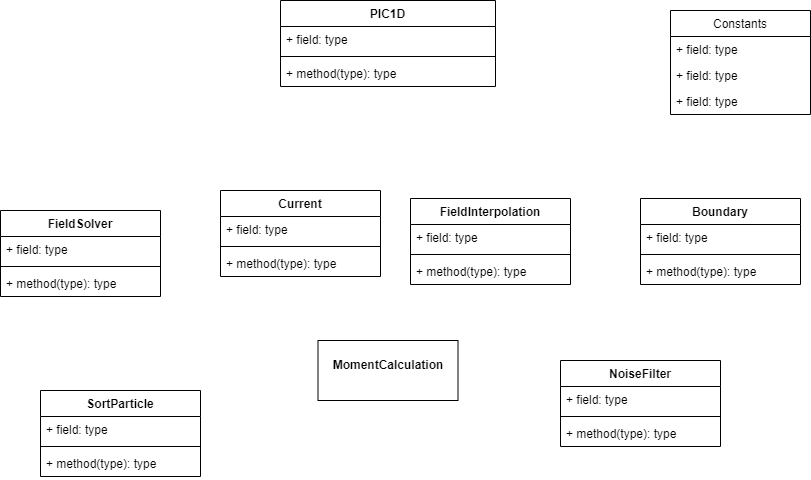
keita-akutagawa/pic_cpp_oop keeps this draw.io diagram as UML.drawio.png. Above is the earlier version. Source tidied: cells renumbered, new cells last; positions are measured from the earlier drawing's top-left corner, leaving out a move shared by most shapes. Its diagram source:
```xml
<mxGraphModel>
  <root>
    <mxCell id="0" />
    <mxCell id="1" parent="0" />
    <mxCell id="2" value="PIC1D" style="swimlane;fontStyle=1;align=center;verticalAlign=top;horizontal=1;startSize=26;" parent="1" vertex="1">
      <mxGeometry x="280" width="215" height="86" as="geometry" />
    </mxCell>
    <mxCell id="3" value="+ field: type" style="text;strokeColor=none;fillColor=none;align=left;verticalAlign=top;spacingLeft=4;spacingRight=4;overflow=hidden;points=[[0,0.5],[1,0.5]];portConstraint=eastwest;" parent="2" vertex="1">
      <mxGeometry y="26" width="215" height="26" as="geometry" />
    </mxCell>
    <mxCell id="4" style="line;strokeWidth=1;fillColor=none;align=left;verticalAlign=middle;spacingTop=-1;spacingLeft=3;spacingRight=3;labelPosition=right;strokeColor=inherit;" parent="2" vertex="1">
      <mxGeometry y="52" width="215" height="8" as="geometry" />
    </mxCell>
    <mxCell id="5" value="+ method(type): type" style="text;strokeColor=none;fillColor=none;align=left;verticalAlign=top;spacingLeft=4;spacingRight=4;overflow=hidden;" parent="2" vertex="1">
      <mxGeometry y="60" width="215" height="26" as="geometry" />
    </mxCell>
    <mxCell id="6" value="FieldSolver" style="swimlane;fontStyle=1;align=center;verticalAlign=top;horizontal=1;startSize=26;" parent="1" vertex="1">
      <mxGeometry y="210" width="160" height="86" as="geometry" />
    </mxCell>
    <mxCell id="7" value="+ field: type" style="text;strokeColor=none;fillColor=none;align=left;verticalAlign=top;spacingLeft=4;spacingRight=4;overflow=hidden;" parent="6" vertex="1">
      <mxGeometry y="26" width="160" height="26" as="geometry" />
    </mxCell>
    <mxCell id="8" style="line;strokeWidth=1;fillColor=none;align=left;verticalAlign=middle;spacingTop=-1;spacingLeft=3;spacingRight=3;labelPosition=right;strokeColor=inherit;" parent="6" vertex="1">
      <mxGeometry y="52" width="160" height="8" as="geometry" />
    </mxCell>
    <mxCell id="9" value="+ method(type): type" style="text;strokeColor=none;fillColor=none;align=left;verticalAlign=top;spacingLeft=4;spacingRight=4;overflow=hidden;points=[[0,0.5],[1,0.5]];portConstraint=eastwest;" parent="6" vertex="1">
      <mxGeometry y="60" width="160" height="26" as="geometry" />
    </mxCell>
    <mxCell id="10" value="Boundary" style="swimlane;fontStyle=1;align=center;verticalAlign=top;horizontal=1;startSize=26;" parent="1" vertex="1">
      <mxGeometry x="640" y="198" width="160" height="86" as="geometry" />
    </mxCell>
    <mxCell id="11" value="+ field: type" style="text;strokeColor=none;fillColor=none;align=left;verticalAlign=top;spacingLeft=4;spacingRight=4;overflow=hidden;" parent="10" vertex="1">
      <mxGeometry y="26" width="160" height="26" as="geometry" />
    </mxCell>
    <mxCell id="12" style="line;strokeWidth=1;fillColor=none;align=left;verticalAlign=middle;spacingTop=-1;spacingLeft=3;spacingRight=3;labelPosition=right;strokeColor=inherit;" parent="10" vertex="1">
      <mxGeometry y="52" width="160" height="8" as="geometry" />
    </mxCell>
    <mxCell id="13" value="+ method(type): type" style="text;strokeColor=none;fillColor=none;align=left;verticalAlign=top;spacingLeft=4;spacingRight=4;overflow=hidden;" parent="10" vertex="1">
      <mxGeometry y="60" width="160" height="26" as="geometry" />
    </mxCell>
    <mxCell id="14" value="SortParticle" style="swimlane;fontStyle=1;align=center;verticalAlign=top;horizontal=1;startSize=26;" parent="1" vertex="1">
      <mxGeometry x="40" y="390" width="160" height="86" as="geometry" />
    </mxCell>
    <mxCell id="15" value="+ field: type" style="text;strokeColor=none;fillColor=none;align=left;verticalAlign=top;spacingLeft=4;spacingRight=4;overflow=hidden;" parent="14" vertex="1">
      <mxGeometry y="26" width="160" height="26" as="geometry" />
    </mxCell>
    <mxCell id="16" style="line;strokeWidth=1;fillColor=none;align=left;verticalAlign=middle;spacingTop=-1;spacingLeft=3;spacingRight=3;labelPosition=right;strokeColor=inherit;" parent="14" vertex="1">
      <mxGeometry y="52" width="160" height="8" as="geometry" />
    </mxCell>
    <mxCell id="17" value="+ method(type): type" style="text;strokeColor=none;fillColor=none;align=left;verticalAlign=top;spacingLeft=4;spacingRight=4;overflow=hidden;" parent="14" vertex="1">
      <mxGeometry y="60" width="160" height="26" as="geometry" />
    </mxCell>
    <mxCell id="18" value="NoiseFilter" style="swimlane;fontStyle=1;align=center;verticalAlign=top;horizontal=1;startSize=26;" parent="1" vertex="1">
      <mxGeometry x="560" y="360" width="160" height="86" as="geometry" />
    </mxCell>
    <mxCell id="19" value="+ field: type" style="text;strokeColor=none;fillColor=none;align=left;verticalAlign=top;spacingLeft=4;spacingRight=4;overflow=hidden;" parent="18" vertex="1">
      <mxGeometry y="26" width="160" height="26" as="geometry" />
    </mxCell>
    <mxCell id="20" style="line;strokeWidth=1;fillColor=none;align=left;verticalAlign=middle;spacingTop=-1;spacingLeft=3;spacingRight=3;labelPosition=right;strokeColor=inherit;" parent="18" vertex="1">
      <mxGeometry y="52" width="160" height="8" as="geometry" />
    </mxCell>
    <mxCell id="21" value="+ method(type): type" style="text;strokeColor=none;fillColor=none;align=left;verticalAlign=top;spacingLeft=4;spacingRight=4;overflow=hidden;" parent="18" vertex="1">
      <mxGeometry y="60" width="160" height="26" as="geometry" />
    </mxCell>
    <mxCell id="22" value="Constants" style="swimlane;fontStyle=0;horizontal=1;startSize=26;fillColor=none;" parent="1" vertex="1">
      <mxGeometry x="670" y="10" width="140" height="104" as="geometry" />
    </mxCell>
    <mxCell id="23" value="+ field: type" style="text;strokeColor=none;fillColor=none;align=left;verticalAlign=top;spacingLeft=4;spacingRight=4;overflow=hidden;" parent="22" vertex="1">
      <mxGeometry y="26" width="140" height="26" as="geometry" />
    </mxCell>
    <mxCell id="24" value="+ field: type" style="text;strokeColor=none;fillColor=none;align=left;verticalAlign=top;spacingLeft=4;spacingRight=4;overflow=hidden;points=[[0,0.5],[1,0.5]];portConstraint=eastwest;" parent="22" vertex="1">
      <mxGeometry y="52" width="140" height="26" as="geometry" />
    </mxCell>
    <mxCell id="25" value="+ field: type" style="text;strokeColor=none;fillColor=none;align=left;verticalAlign=top;spacingLeft=4;spacingRight=4;overflow=hidden;" parent="22" vertex="1">
      <mxGeometry y="78" width="140" height="26" as="geometry" />
    </mxCell>
    <mxCell id="26" value="&lt;p style=&quot;margin:0px;margin-top:4px;text-align:center;&quot;&gt;&lt;br&gt;&lt;b&gt;MomentCalculation&lt;/b&gt;&lt;/p&gt;" style="verticalAlign=top;align=left;overflow=fill;fontSize=12;fontFamily=Helvetica;html=1;" parent="1" vertex="1">
      <mxGeometry x="317.5" y="340" width="140" height="60" as="geometry" />
    </mxCell>
    <mxCell id="27" value="Current" style="swimlane;fontStyle=1;align=center;verticalAlign=top;horizontal=1;startSize=26;" parent="1" vertex="1">
      <mxGeometry x="220" y="190" width="160" height="86" as="geometry" />
    </mxCell>
    <mxCell id="28" value="+ field: type" style="text;strokeColor=none;fillColor=none;align=left;verticalAlign=top;spacingLeft=4;spacingRight=4;overflow=hidden;" parent="27" vertex="1">
      <mxGeometry y="26" width="160" height="26" as="geometry" />
    </mxCell>
    <mxCell id="29" style="line;strokeWidth=1;fillColor=none;align=left;verticalAlign=middle;spacingTop=-1;spacingLeft=3;spacingRight=3;labelPosition=right;strokeColor=inherit;" parent="27" vertex="1">
      <mxGeometry y="52" width="160" height="8" as="geometry" />
    </mxCell>
    <mxCell id="30" value="+ method(type): type" style="text;strokeColor=none;fillColor=none;align=left;verticalAlign=top;spacingLeft=4;spacingRight=4;overflow=hidden;points=[[0,0.5],[1,0.5]];portConstraint=eastwest;" parent="27" vertex="1">
      <mxGeometry y="60" width="160" height="26" as="geometry" />
    </mxCell>
    <mxCell id="31" value="FieldInterpolation" style="swimlane;fontStyle=1;align=center;verticalAlign=top;horizontal=1;startSize=26;" parent="1" vertex="1">
      <mxGeometry x="410" y="198" width="160" height="86" as="geometry" />
    </mxCell>
    <mxCell id="32" value="+ field: type" style="text;strokeColor=none;fillColor=none;align=left;verticalAlign=top;spacingLeft=4;spacingRight=4;overflow=hidden;" parent="31" vertex="1">
      <mxGeometry y="26" width="160" height="26" as="geometry" />
    </mxCell>
    <mxCell id="33" style="line;strokeWidth=1;fillColor=none;align=left;verticalAlign=middle;spacingTop=-1;spacingLeft=3;spacingRight=3;labelPosition=right;strokeColor=inherit;" parent="31" vertex="1">
      <mxGeometry y="52" width="160" height="8" as="geometry" />
    </mxCell>
    <mxCell id="34" value="+ method(type): type" style="text;strokeColor=none;fillColor=none;align=left;verticalAlign=top;spacingLeft=4;spacingRight=4;overflow=hidden;points=[[0,0.5],[1,0.5]];portConstraint=eastwest;" parent="31" vertex="1">
      <mxGeometry y="60" width="160" height="26" as="geometry" />
    </mxCell>
  </root>
</mxGraphModel>
```
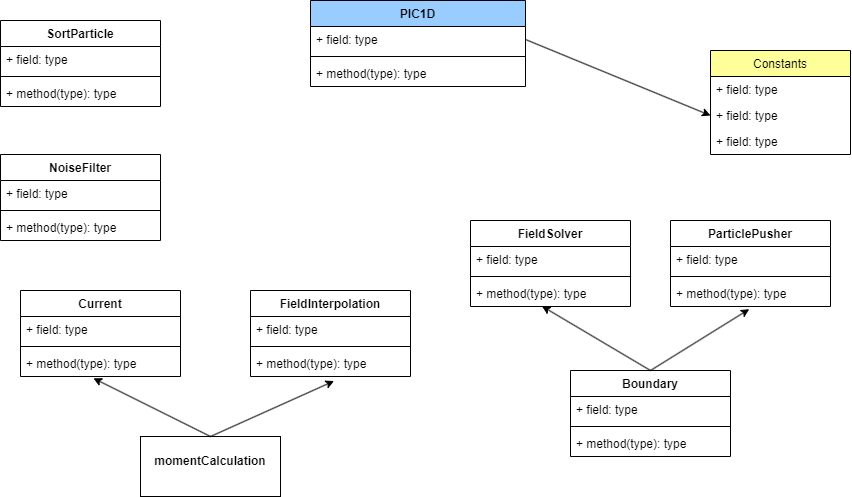
Above is the later version.

Change to the diagram source:
```diff
@@ -2,8 +2,8 @@
   <root>
     <mxCell id="0" />
     <mxCell id="1" parent="0" />
-    <mxCell id="2" value="PIC1D" style="swimlane;fontStyle=1;align=center;verticalAlign=top;horizontal=1;startSize=26;" parent="1" vertex="1">
-      <mxGeometry x="280" width="215" height="86" as="geometry" />
+    <mxCell id="2" value="PIC1D" style="swimlane;fontStyle=1;align=center;verticalAlign=top;horizontal=1;startSize=26;fillColor=#99CCFF;" parent="1" vertex="1">
+      <mxGeometry x="270" y="-40" width="215" height="86" as="geometry" />
     </mxCell>
     <mxCell id="3" value="+ field: type" style="text;strokeColor=none;fillColor=none;align=left;verticalAlign=top;spacingLeft=4;spacingRight=4;overflow=hidden;points=[[0,0.5],[1,0.5]];portConstraint=eastwest;" parent="2" vertex="1">
       <mxGeometry y="26" width="215" height="26" as="geometry" />
@@ -15,7 +15,7 @@
       <mxGeometry y="60" width="215" height="26" as="geometry" />
     </mxCell>
     <mxCell id="6" value="FieldSolver" style="swimlane;fontStyle=1;align=center;verticalAlign=top;horizontal=1;startSize=26;" parent="1" vertex="1">
-      <mxGeometry y="210" width="160" height="86" as="geometry" />
+      <mxGeometry x="430" y="180" width="160" height="86" as="geometry" />
     </mxCell>
     <mxCell id="7" value="+ field: type" style="text;strokeColor=none;fillColor=none;align=left;verticalAlign=top;spacingLeft=4;spacingRight=4;overflow=hidden;" parent="6" vertex="1">
       <mxGeometry y="26" width="160" height="26" as="geometry" />
@@ -27,7 +27,7 @@
       <mxGeometry y="60" width="160" height="26" as="geometry" />
     </mxCell>
     <mxCell id="10" value="Boundary" style="swimlane;fontStyle=1;align=center;verticalAlign=top;horizontal=1;startSize=26;" parent="1" vertex="1">
-      <mxGeometry x="640" y="198" width="160" height="86" as="geometry" />
+      <mxGeometry x="530" y="330" width="160" height="86" as="geometry" />
     </mxCell>
     <mxCell id="11" value="+ field: type" style="text;strokeColor=none;fillColor=none;align=left;verticalAlign=top;spacingLeft=4;spacingRight=4;overflow=hidden;" parent="10" vertex="1">
       <mxGeometry y="26" width="160" height="26" as="geometry" />
@@ -39,7 +39,7 @@
       <mxGeometry y="60" width="160" height="26" as="geometry" />
     </mxCell>
     <mxCell id="14" value="SortParticle" style="swimlane;fontStyle=1;align=center;verticalAlign=top;horizontal=1;startSize=26;" parent="1" vertex="1">
-      <mxGeometry x="40" y="390" width="160" height="86" as="geometry" />
+      <mxGeometry x="-40" y="-20" width="160" height="86" as="geometry" />
     </mxCell>
     <mxCell id="15" value="+ field: type" style="text;strokeColor=none;fillColor=none;align=left;verticalAlign=top;spacingLeft=4;spacingRight=4;overflow=hidden;" parent="14" vertex="1">
       <mxGeometry y="26" width="160" height="26" as="geometry" />
@@ -51,7 +51,7 @@
       <mxGeometry y="60" width="160" height="26" as="geometry" />
     </mxCell>
     <mxCell id="18" value="NoiseFilter" style="swimlane;fontStyle=1;align=center;verticalAlign=top;horizontal=1;startSize=26;" parent="1" vertex="1">
-      <mxGeometry x="560" y="360" width="160" height="86" as="geometry" />
+      <mxGeometry x="-40" y="114" width="160" height="86" as="geometry" />
     </mxCell>
     <mxCell id="19" value="+ field: type" style="text;strokeColor=none;fillColor=none;align=left;verticalAlign=top;spacingLeft=4;spacingRight=4;overflow=hidden;" parent="18" vertex="1">
       <mxGeometry y="26" width="160" height="26" as="geometry" />
@@ -62,7 +62,7 @@
     <mxCell id="21" value="+ method(type): type" style="text;strokeColor=none;fillColor=none;align=left;verticalAlign=top;spacingLeft=4;spacingRight=4;overflow=hidden;" parent="18" vertex="1">
       <mxGeometry y="60" width="160" height="26" as="geometry" />
     </mxCell>
-    <mxCell id="22" value="Constants" style="swimlane;fontStyle=0;horizontal=1;startSize=26;fillColor=none;" parent="1" vertex="1">
+    <mxCell id="22" value="Constants" style="swimlane;fontStyle=0;horizontal=1;startSize=26;fillColor=#FFFF99;" parent="1" vertex="1">
       <mxGeometry x="670" y="10" width="140" height="104" as="geometry" />
     </mxCell>
     <mxCell id="23" value="+ field: type" style="text;strokeColor=none;fillColor=none;align=left;verticalAlign=top;spacingLeft=4;spacingRight=4;overflow=hidden;" parent="22" vertex="1">
@@ -74,11 +74,11 @@
     <mxCell id="25" value="+ field: type" style="text;strokeColor=none;fillColor=none;align=left;verticalAlign=top;spacingLeft=4;spacingRight=4;overflow=hidden;" parent="22" vertex="1">
       <mxGeometry y="78" width="140" height="26" as="geometry" />
     </mxCell>
-    <mxCell id="26" value="&lt;p style=&quot;margin:0px;margin-top:4px;text-align:center;&quot;&gt;&lt;br&gt;&lt;b&gt;MomentCalculation&lt;/b&gt;&lt;/p&gt;" style="verticalAlign=top;align=left;overflow=fill;fontSize=12;fontFamily=Helvetica;html=1;" parent="1" vertex="1">
-      <mxGeometry x="317.5" y="340" width="140" height="60" as="geometry" />
+    <mxCell id="26" value="&lt;p style=&quot;margin:0px;margin-top:4px;text-align:center;&quot;&gt;&lt;br&gt;&lt;b&gt;m&lt;/b&gt;&lt;b style=&quot;background-color: initial;&quot;&gt;omentCalculation&lt;/b&gt;&lt;/p&gt;" style="verticalAlign=top;align=left;overflow=fill;fontSize=12;fontFamily=Helvetica;html=1;" parent="1" vertex="1">
+      <mxGeometry x="100" y="396" width="140" height="60" as="geometry" />
     </mxCell>
     <mxCell id="27" value="Current" style="swimlane;fontStyle=1;align=center;verticalAlign=top;horizontal=1;startSize=26;" parent="1" vertex="1">
-      <mxGeometry x="220" y="190" width="160" height="86" as="geometry" />
+      <mxGeometry x="-20" y="250" width="160" height="86" as="geometry" />
     </mxCell>
     <mxCell id="28" value="+ field: type" style="text;strokeColor=none;fillColor=none;align=left;verticalAlign=top;spacingLeft=4;spacingRight=4;overflow=hidden;" parent="27" vertex="1">
       <mxGeometry y="26" width="160" height="26" as="geometry" />
@@ -90,7 +90,7 @@
       <mxGeometry y="60" width="160" height="26" as="geometry" />
     </mxCell>
     <mxCell id="31" value="FieldInterpolation" style="swimlane;fontStyle=1;align=center;verticalAlign=top;horizontal=1;startSize=26;" parent="1" vertex="1">
-      <mxGeometry x="410" y="198" width="160" height="86" as="geometry" />
+      <mxGeometry x="210" y="250" width="160" height="86" as="geometry" />
     </mxCell>
     <mxCell id="32" value="+ field: type" style="text;strokeColor=none;fillColor=none;align=left;verticalAlign=top;spacingLeft=4;spacingRight=4;overflow=hidden;" parent="31" vertex="1">
       <mxGeometry y="26" width="160" height="26" as="geometry" />
@@ -101,5 +101,32 @@
     <mxCell id="34" value="+ method(type): type" style="text;strokeColor=none;fillColor=none;align=left;verticalAlign=top;spacingLeft=4;spacingRight=4;overflow=hidden;points=[[0,0.5],[1,0.5]];portConstraint=eastwest;" parent="31" vertex="1">
       <mxGeometry y="60" width="160" height="26" as="geometry" />
     </mxCell>
+    <mxCell id="35" style="endArrow=classic;html=1;exitX=0.5;exitY=0;exitDx=0;exitDy=0;entryX=0.456;entryY=1.069;entryDx=0;entryDy=0;entryPerimeter=0;" parent="1" edge="1" source="26" target="30">
+      <mxGeometry relative="1" as="geometry" />
+    </mxCell>
+    <mxCell id="36" style="endArrow=classic;html=1;exitX=0.5;exitY=0;exitDx=0;exitDy=0;entryX=0.522;entryY=1.174;entryDx=0;entryDy=0;entryPerimeter=0;" parent="1" edge="1" source="26" target="34">
+      <mxGeometry relative="1" as="geometry" />
+    </mxCell>
+    <mxCell id="37" style="endArrow=classic;html=1;exitX=1;exitY=0.5;exitDx=0;exitDy=0;entryX=0;entryY=0.5;entryDx=0;entryDy=0;" parent="1" edge="1" source="3" target="24">
+      <mxGeometry relative="1" as="geometry" />
+    </mxCell>
+    <mxCell id="38" value="ParticlePusher" style="swimlane;fontStyle=1;align=center;verticalAlign=top;horizontal=1;startSize=26;" parent="1" vertex="1">
+      <mxGeometry x="630" y="180" width="160" height="86" as="geometry" />
+    </mxCell>
+    <mxCell id="39" value="+ field: type" style="text;strokeColor=none;fillColor=none;align=left;verticalAlign=top;spacingLeft=4;spacingRight=4;overflow=hidden;" parent="38" vertex="1">
+      <mxGeometry y="26" width="160" height="26" as="geometry" />
+    </mxCell>
+    <mxCell id="40" style="line;strokeWidth=1;fillColor=none;align=left;verticalAlign=middle;spacingTop=-1;spacingLeft=3;spacingRight=3;labelPosition=right;strokeColor=inherit;" parent="38" vertex="1">
+      <mxGeometry y="52" width="160" height="8" as="geometry" />
+    </mxCell>
+    <mxCell id="41" value="+ method(type): type" style="text;strokeColor=none;fillColor=none;align=left;verticalAlign=top;spacingLeft=4;spacingRight=4;overflow=hidden;points=[[0,0.5],[1,0.5]];portConstraint=eastwest;" parent="38" vertex="1">
+      <mxGeometry y="60" width="160" height="26" as="geometry" />
+    </mxCell>
+    <mxCell id="42" style="endArrow=classic;html=1;exitX=0.5;exitY=0;exitDx=0;exitDy=0;entryX=0.447;entryY=0.989;entryDx=0;entryDy=0;entryPerimeter=0;" parent="1" edge="1" source="10" target="9">
+      <mxGeometry relative="1" as="geometry" />
+    </mxCell>
+    <mxCell id="43" style="endArrow=classic;html=1;entryX=0.492;entryY=1.104;entryDx=0;entryDy=0;entryPerimeter=0;exitX=0.5;exitY=0;exitDx=0;exitDy=0;" parent="1" edge="1" source="10" target="41">
+      <mxGeometry relative="1" as="geometry" />
+    </mxCell>
   </root>
 </mxGraphModel>
```
